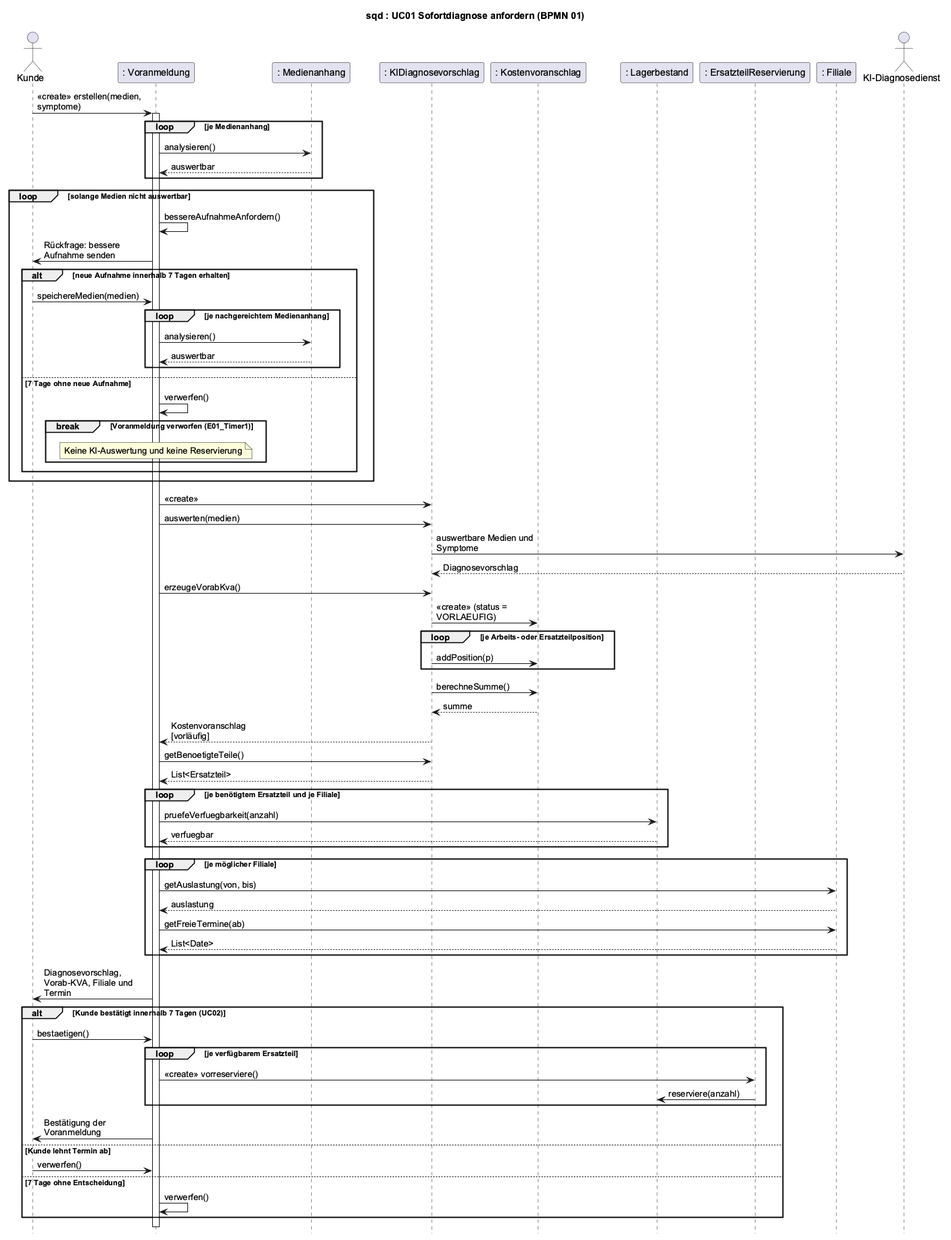
Above: 2_uml/entwurf-plantuml/sequenz-01-sofortdiagnose.png in jakobschwan123-cmd/casestudy-semester-3 (PlantUML), before the change.
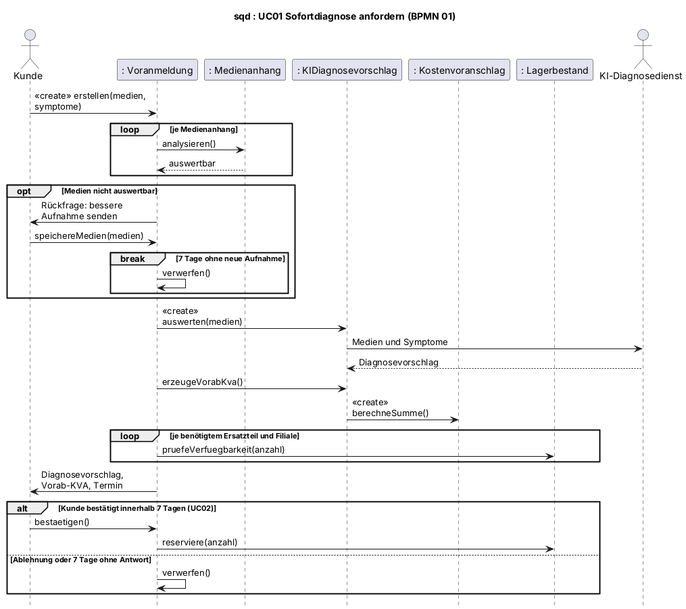
After the commit.

The edit, as a diff of the source:
```diff
@@ -2,7 +2,7 @@
 title sqd : UC01 Sofortdiagnose anfordern (BPMN 01)
 skinparam defaultFontName Arial
 skinparam sequenceMessageAlign left
-skinparam maxMessageSize 160
+skinparam maxMessageSize 170
 hide footbox
 
 actor Kunde
@@ -11,68 +11,33 @@
 participant ": KIDiagnosevorschlag" as KI
 participant ": Kostenvoranschlag" as KVA
 participant ": Lagerbestand" as LB
-participant ": ErsatzteilReservierung" as RES
-participant ": Filiale" as FIL
 actor "KI-Diagnosedienst" as KIDienst
 
 Kunde -> VA : <<create>> erstellen(medien, symptome)
-activate VA
 loop je Medienanhang
     VA -> MA : analysieren()
     MA --> VA : auswertbar
 end
-loop solange Medien nicht auswertbar
-    VA -> VA : bessereAufnahmeAnfordern()
+opt Medien nicht auswertbar
     VA -> Kunde : Rückfrage: bessere Aufnahme senden
-    alt neue Aufnahme innerhalb 7 Tagen erhalten
-        Kunde -> VA : speichereMedien(medien)
-        loop je nachgereichtem Medienanhang
-            VA -> MA : analysieren()
-            MA --> VA : auswertbar
-        end
-    else 7 Tage ohne neue Aufnahme
+    Kunde -> VA : speichereMedien(medien)
+    break 7 Tage ohne neue Aufnahme
         VA -> VA : verwerfen()
-        break Voranmeldung verworfen (E01_Timer1)
-            note over VA : Keine KI-Auswertung und keine Reservierung
-        end
     end
 end
-VA -> KI : <<create>>
-VA -> KI : auswerten(medien)
-KI -> KIDienst : auswertbare Medien und Symptome
+VA -> KI : <<create>> auswerten(medien)
+KI -> KIDienst : Medien und Symptome
 KIDienst --> KI : Diagnosevorschlag
 VA -> KI : erzeugeVorabKva()
-KI -> KVA : <<create>> (status = VORLAEUFIG)
-loop je Arbeits- oder Ersatzteilposition
-    KI -> KVA : addPosition(p)
+KI -> KVA : <<create>> berechneSumme()
+loop je benötigtem Ersatzteil und Filiale
+    VA -> LB : pruefeVerfuegbarkeit(anzahl)
 end
-KI -> KVA : berechneSumme()
-KVA --> KI : summe
-KI --> VA : Kostenvoranschlag [vorläufig]
-VA -> KI : getBenoetigteTeile()
-KI --> VA : List<Ersatzteil>
-loop je benötigtem Ersatzteil und je Filiale
-    VA -> LB : pruefeVerfuegbarkeit(anzahl)
-    LB --> VA : verfuegbar
-end
-loop je möglicher Filiale
-    VA -> FIL : getAuslastung(von, bis)
-    FIL --> VA : auslastung
-    VA -> FIL : getFreieTermine(ab)
-    FIL --> VA : List<Date>
-end
-VA -> Kunde : Diagnosevorschlag, Vorab-KVA, Filiale und Termin
+VA -> Kunde : Diagnosevorschlag, Vorab-KVA, Termin
 alt Kunde bestätigt innerhalb 7 Tagen (UC02)
     Kunde -> VA : bestaetigen()
-    loop je verfügbarem Ersatzteil
-        VA -> RES : <<create>> vorreserviere()
-        RES -> LB : reserviere(anzahl)
-    end
-    VA -> Kunde : Bestätigung der Voranmeldung
-else Kunde lehnt Termin ab
-    Kunde -> VA : verwerfen()
-else 7 Tage ohne Entscheidung
+    VA -> LB : reserviere(anzahl)
+else Ablehnung oder 7 Tage ohne Antwort
     VA -> VA : verwerfen()
 end
-deactivate VA
 @enduml
```
